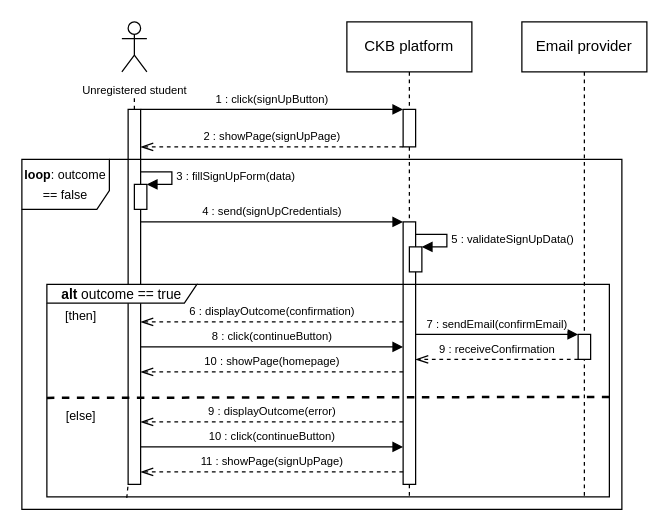
The draw.io diagram RASDwip/ExtraFiles/Drawio/Sequence/StudentSignUpSeqDiagram.drawio in francescospangaro/SpangaroTosettiRiccardi, before the edit. Source tidied: cells renumbered, new cells numbered last; positions are measured from the earlier drawing's top-left corner, leaving out a move shared by most shapes. Both pictures are drawn from the tidied source at 125%, with x=0, y=0 at pixel (21, 21).
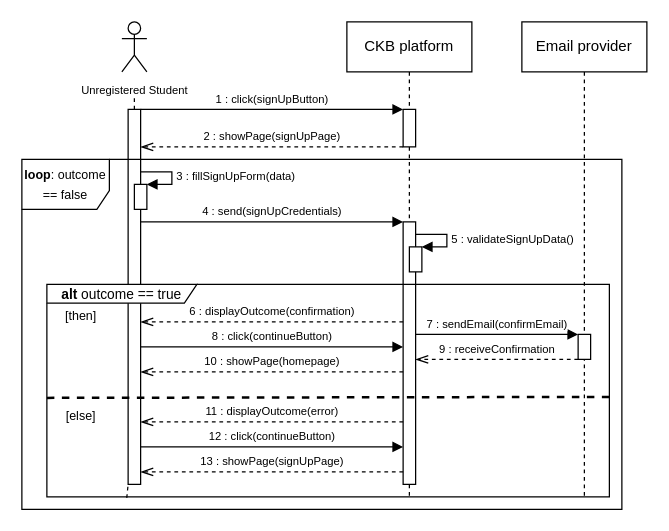
The same diagram, later.

The change refers to these unchanged cells:
```xml
<mxCell id="4" style="html=1;points=[];perimeter=orthogonalPerimeter;outlineConnect=0;targetShapes=umlLifeline;portConstraint=eastwest;newEdgeStyle={&quot;edgeStyle&quot;:&quot;elbowEdgeStyle&quot;,&quot;elbow&quot;:&quot;vertical&quot;,&quot;curved&quot;:0,&quot;rounded&quot;:0};" parent="2" vertex="1">
  <mxGeometry x="45" y="160" width="10" height="210" as="geometry" />
</mxCell>
<mxCell id="10" style="html=1;points=[];perimeter=orthogonalPerimeter;outlineConnect=0;targetShapes=umlLifeline;portConstraint=eastwest;newEdgeStyle={&quot;edgeStyle&quot;:&quot;elbowEdgeStyle&quot;,&quot;elbow&quot;:&quot;vertical&quot;,&quot;curved&quot;:0,&quot;rounded&quot;:0};" parent="1" vertex="1">
  <mxGeometry x="85" y="70" width="10" height="300" as="geometry" />
</mxCell>
```

What changed in the source:
```diff
@@
-    <mxCell id="7" value="&lt;font style=&quot;font-size: 9px;&quot;&gt;Unregistered student&lt;/font&gt;" style="shape=umlActor;verticalLabelPosition=bottom;verticalAlign=top;html=1;" parent="1" vertex="1">
+    <mxCell id="7" value="&lt;font style=&quot;font-size: 9px;&quot;&gt;Unregistered Student&lt;/font&gt;" style="shape=umlActor;verticalLabelPosition=bottom;verticalAlign=top;html=1;" parent="1" vertex="1">
       <mxGeometry x="80" width="20" height="40" as="geometry" />
     </mxCell>
@@
-    <mxCell id="24" value="&lt;font style=&quot;font-size: 9px;&quot;&gt;9 : displayOutcome(error)&lt;/font&gt;" style="html=1;verticalAlign=bottom;endArrow=openThin;dashed=1;endSize=8;edgeStyle=elbowEdgeStyle;elbow=vertical;curved=0;rounded=0;endFill=0;" parent="1" edge="1" source="4">
+    <mxCell id="24" value="&lt;font style=&quot;font-size: 9px;&quot;&gt;11 : displayOutcome(error)&lt;/font&gt;" style="html=1;verticalAlign=bottom;endArrow=openThin;dashed=1;endSize=8;edgeStyle=elbowEdgeStyle;elbow=vertical;curved=0;rounded=0;endFill=0;" parent="1" edge="1" source="4">
       <mxGeometry relative="1" as="geometry">
         <mxPoint x="95" y="320" as="targetPoint" />
         <Array as="points">
           <mxPoint x="190" y="320" />
         </Array>
       </mxGeometry>
     </mxCell>
@@
-    <mxCell id="29" value="&lt;font style=&quot;font-size: 9px;&quot;&gt;10 : click(continueButton)&lt;/font&gt;" style="html=1;verticalAlign=bottom;endArrow=block;edgeStyle=elbowEdgeStyle;elbow=vertical;curved=0;rounded=0;" parent="1" edge="1" source="10" target="4">
+    <mxCell id="29" value="&lt;font style=&quot;font-size: 9px;&quot;&gt;12 : click(continueButton)&lt;/font&gt;" style="html=1;verticalAlign=bottom;endArrow=block;edgeStyle=elbowEdgeStyle;elbow=vertical;curved=0;rounded=0;" parent="1" edge="1" source="10" target="4">
       <mxGeometry relative="1" as="geometry">
         <Array as="points">
           <mxPoint x="210" y="340" />
         </Array>
       </mxGeometry>
     </mxCell>
-    <mxCell id="30" value="&lt;font style=&quot;font-size: 9px;&quot;&gt;11 : showPage(signUpPage)&lt;/font&gt;" style="html=1;verticalAlign=bottom;endArrow=openThin;dashed=1;endSize=8;edgeStyle=elbowEdgeStyle;elbow=vertical;curved=0;rounded=0;endFill=0;" parent="1" edge="1" source="4" target="10">
+    <mxCell id="30" value="&lt;font style=&quot;font-size: 9px;&quot;&gt;13 : showPage(signUpPage)&lt;/font&gt;" style="html=1;verticalAlign=bottom;endArrow=openThin;dashed=1;endSize=8;edgeStyle=elbowEdgeStyle;elbow=vertical;curved=0;rounded=0;endFill=0;" parent="1" edge="1" source="4" target="10">
       <mxGeometry relative="1" as="geometry">
         <Array as="points">
           <mxPoint x="190" y="360" />
         </Array>
       </mxGeometry>
     </mxCell>
```
